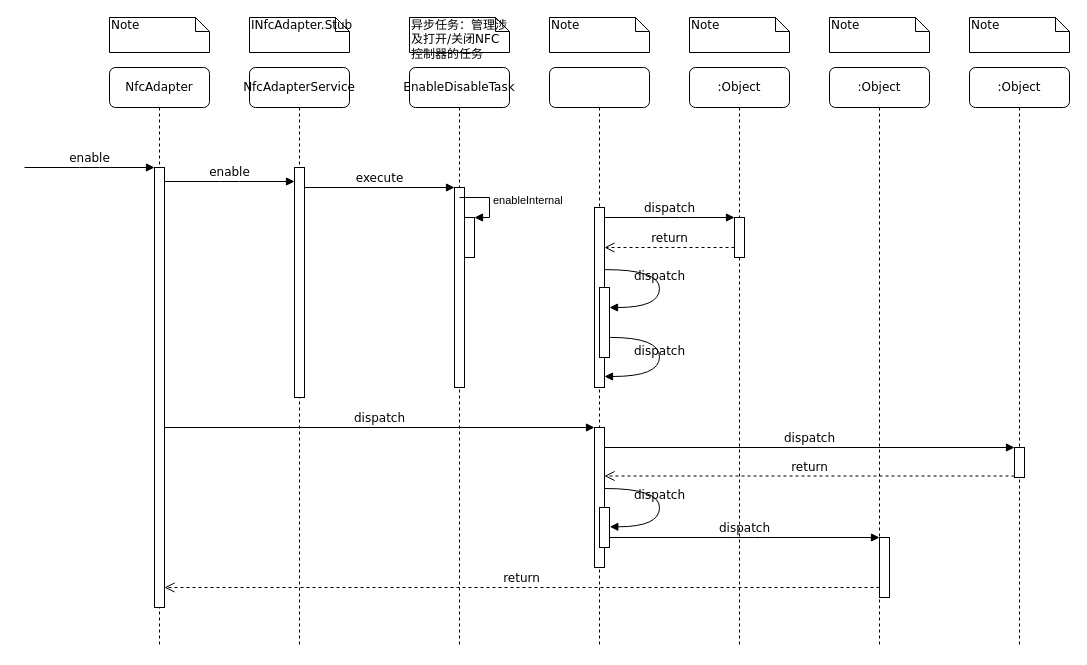
Above: nfc enable.drawio in SuperSources/draw.io (draw.io), before the change. Source tidied: cells renumbered, new cells numbered last; positions are measured from the earlier drawing's top-left corner, leaving out a move shared by most shapes. Both pictures are drawn from the tidied source at 100%, with x=0, y=0 at pixel (24, 17).
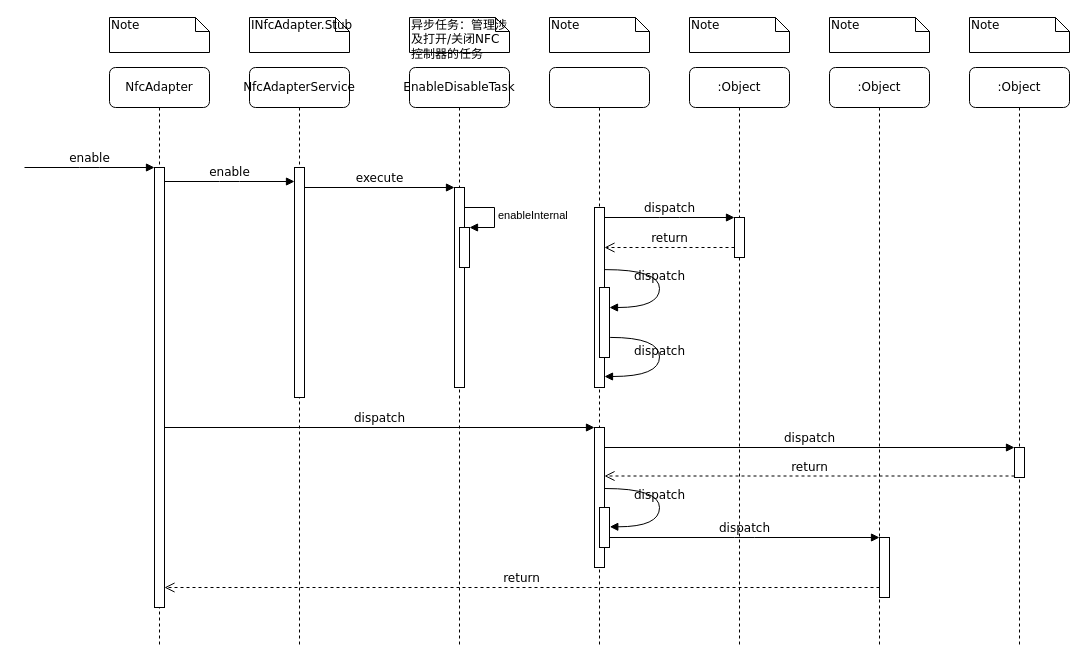
The same page after the edit.

The change refers to these unchanged cells:
```xml
<mxCell id="4" value="EnableDisableTask" style="shape=umlLifeline;perimeter=lifelinePerimeter;whiteSpace=wrap;html=1;rounded=1;shadow=0;comic=0;labelBackgroundColor=none;strokeWidth=1;fontFamily=Verdana;fontSize=12;align=center;" parent="1" vertex="1">
  <mxGeometry x="385" y="50" width="100" height="580" as="geometry" />
</mxCell>
```

Change to the diagram source:
```diff
@@
-    <mxCell id="6" style="html=1;points=[];perimeter=orthogonalPerimeter;" parent="4" vertex="1">
-      <mxGeometry x="55" y="150" width="10" height="40" as="geometry" />
-    </mxCell>
+    <mxCell id="41" style="html=1;points=[];perimeter=orthogonalPerimeter;" parent="4" vertex="1">
+      <mxGeometry x="50" y="160" width="10" height="40" as="geometry" />
+    </mxCell>
-    <mxCell id="7" value="enableInternal" style="edgeStyle=orthogonalEdgeStyle;html=1;align=left;spacingLeft=2;endArrow=block;rounded=0;entryX=1;entryY=0;" parent="4" edge="1" target="6">
+    <mxCell id="7" value="enableInternal" style="edgeStyle=orthogonalEdgeStyle;html=1;align=left;spacingLeft=2;endArrow=block;rounded=0;entryX=1;entryY=0;" parent="4" edge="1" target="41">
       <mxGeometry relative="1" as="geometry">
-        <mxPoint x="50" y="130" as="sourcePoint" />
+        <mxPoint x="55" y="140" as="sourcePoint" />
         <Array as="points">
-          <mxPoint x="80" y="130" />
+          <mxPoint x="85" y="140" />
         </Array>
       </mxGeometry>
     </mxCell>
```
